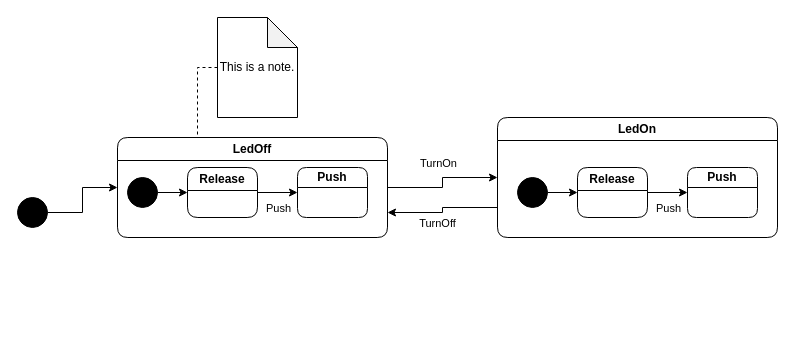
The draw.io diagram example/example2.drawio in JuliaMBD/stm2go, before the edit. Source tidied: cells renumbered, new cells numbered last; positions are measured from the earlier drawing's top-left corner, leaving out a move shared by most shapes. Both pictures are drawn from the tidied source at 100%, with x=0, y=0 at pixel (17, 17).
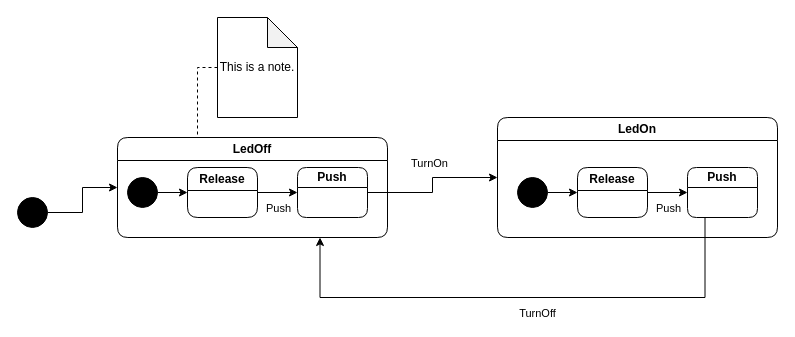
The same diagram, later.

The change refers to these unchanged cells:
```xml
<mxCell id="6" value="LedOff" style="swimlane;rounded=1;whiteSpace=wrap;html=1;glass=0;sketch=0;" parent="1" vertex="1">
  <mxGeometry x="100" y="120" width="270" height="100" as="geometry" />
</mxCell>
<mxCell id="10" value="Push" style="swimlane;rounded=1;whiteSpace=wrap;html=1;glass=0;sketch=0;startSize=20;" parent="6" vertex="1">
  <mxGeometry x="180" y="30" width="70" height="50" as="geometry" />
</mxCell>
<mxCell id="15" value="LedOn" style="swimlane;rounded=1;whiteSpace=wrap;html=1;glass=0;sketch=0;startSize=23;" parent="1" vertex="1">
  <mxGeometry x="480" y="100" width="280" height="120" as="geometry" />
</mxCell>
<mxCell id="19" value="Push" style="swimlane;rounded=1;whiteSpace=wrap;html=1;glass=0;sketch=0;startSize=20;" parent="15" vertex="1">
  <mxGeometry x="190" y="50" width="70" height="50" as="geometry" />
</mxCell>
```

What changed in the source:
```diff
@@
-    <mxCell id="4" style="edgeStyle=orthogonalEdgeStyle;rounded=0;jettySize=auto;html=1;exitX=1;exitY=0.5;exitDx=0;exitDy=0;entryX=0;entryY=0.5;entryDx=0;entryDy=0;" parent="1" edge="1" source="6" target="15">
+    <mxCell id="4" style="edgeStyle=orthogonalEdgeStyle;rounded=0;jettySize=auto;html=1;exitX=1;exitY=0.5;exitDx=0;exitDy=0;entryX=0;entryY=0.5;entryDx=0;entryDy=0;" parent="1" edge="1" source="10" target="15">
       <mxGeometry relative="1" as="geometry" />
     </mxCell>
@@
-    <mxCell id="13" style="edgeStyle=orthogonalEdgeStyle;rounded=0;jettySize=auto;html=1;exitX=0;exitY=0.75;exitDx=0;exitDy=0;entryX=1;entryY=0.75;entryDx=0;entryDy=0;" parent="1" edge="1" source="15" target="6">
-      <mxGeometry relative="1" as="geometry" />
+    <mxCell id="13" style="edgeStyle=orthogonalEdgeStyle;rounded=0;jettySize=auto;html=1;exitX=0.25;exitY=1;exitDx=0;exitDy=0;entryX=0.75;entryY=1;entryDx=0;entryDy=0;" parent="1" edge="1" source="19" target="6">
+      <mxGeometry relative="1" as="geometry">
+        <Array as="points">
+          <mxPoint x="688" y="280" />
+          <mxPoint x="303" y="280" />
+        </Array>
+      </mxGeometry>
     </mxCell>
```
